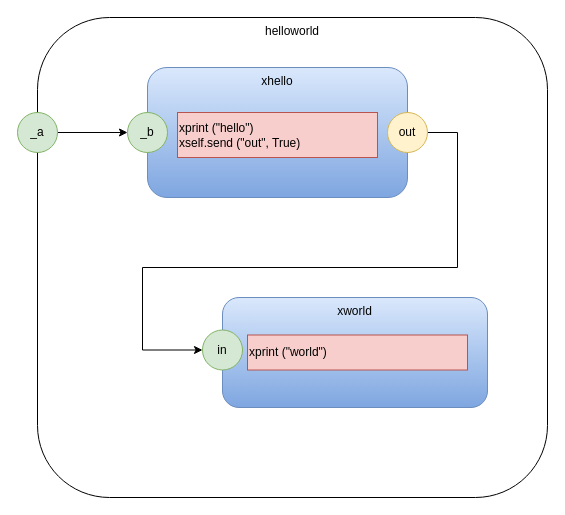
Above: shu-das2py/helloworld.drawio in guitarvydas/app (draw.io), before the change. Source tidied: cells renumbered, new cells numbered last; positions are measured from the earlier drawing's top-left corner, leaving out a move shared by most shapes. Both pictures are drawn from the tidied source at 100%, with x=0, y=0 at pixel (17, 17).
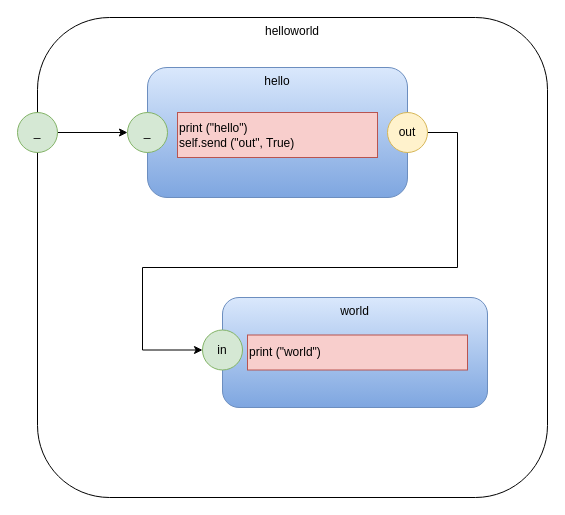
The same diagram, later.

Diff of the diagram source:
```diff
@@
 <mxGraphModel>
   <root>
     <mxCell id="0" />
     <mxCell id="1" parent="0" />
     <mxCell id="2" value="helloworld" style="rounded=1;whiteSpace=wrap;html=1;verticalAlign=top;" parent="1" vertex="1">
       <mxGeometry x="20" width="510" height="480" as="geometry" />
     </mxCell>
-    <mxCell id="3" value="xhello" style="rounded=1;whiteSpace=wrap;html=1;gradientColor=#7ea6e0;fillColor=#dae8fc;strokeColor=#6c8ebf;verticalAlign=top;" parent="1" vertex="1">
+    <mxCell id="3" value="hello" style="rounded=1;whiteSpace=wrap;html=1;gradientColor=#7ea6e0;fillColor=#dae8fc;strokeColor=#6c8ebf;verticalAlign=top;" parent="1" vertex="1">
       <mxGeometry x="130" y="50" width="260" height="130" as="geometry" />
     </mxCell>
-    <mxCell id="4" value="xprint (&quot;hello&quot;)&lt;br&gt;xself.send (&quot;out&quot;, True)&lt;br&gt;&lt;div&gt;&lt;/div&gt;" style="rounded=0;whiteSpace=wrap;html=1;fillColor=#f8cecc;strokeColor=#b85450;align=left;" parent="1" vertex="1">
+    <mxCell id="4" value="print (&quot;hello&quot;)&lt;br&gt;self.send (&quot;out&quot;, True)&lt;br&gt;&lt;div&gt;&lt;/div&gt;" style="rounded=0;whiteSpace=wrap;html=1;fillColor=#f8cecc;strokeColor=#b85450;align=left;" parent="1" vertex="1">
       <mxGeometry x="160" y="95" width="200" height="45" as="geometry" />
     </mxCell>
     <mxCell id="5" style="edgeStyle=orthogonalEdgeStyle;rounded=0;jettySize=auto;html=1;entryX=0;entryY=0.5;entryDx=0;entryDy=0;" parent="1" edge="1" source="6" target="8">
       <mxGeometry relative="1" as="geometry">
         <Array as="points">
           <mxPoint x="440" y="115" />
           <mxPoint x="440" y="250" />
           <mxPoint x="125" y="250" />
           <mxPoint x="125" y="333" />
         </Array>
       </mxGeometry>
     </mxCell>
     <mxCell id="6" value="out" style="ellipse;whiteSpace=wrap;html=1;fillColor=#fff2cc;strokeColor=#d6b656;" parent="1" vertex="1">
       <mxGeometry x="370" y="95" width="40" height="40" as="geometry" />
     </mxCell>
-    <mxCell id="7" value="xworld" style="rounded=1;whiteSpace=wrap;html=1;gradientColor=#7ea6e0;fillColor=#dae8fc;strokeColor=#6c8ebf;verticalAlign=top;" parent="1" vertex="1">
+    <mxCell id="7" value="world" style="rounded=1;whiteSpace=wrap;html=1;gradientColor=#7ea6e0;fillColor=#dae8fc;strokeColor=#6c8ebf;verticalAlign=top;" parent="1" vertex="1">
       <mxGeometry x="205" y="280" width="265" height="110" as="geometry" />
     </mxCell>
     <mxCell id="8" value="in" style="ellipse;whiteSpace=wrap;html=1;fillColor=#d5e8d4;strokeColor=#82b366;" parent="1" vertex="1">
       <mxGeometry x="185" y="312.5" width="40" height="40" as="geometry" />
     </mxCell>
-    <mxCell id="9" value="xprint (&quot;world&quot;)&lt;br&gt;&lt;div&gt;&lt;/div&gt;" style="rounded=0;whiteSpace=wrap;html=1;fillColor=#f8cecc;strokeColor=#b85450;align=left;" parent="1" vertex="1">
+    <mxCell id="9" value="print (&quot;world&quot;)&lt;br&gt;&lt;div&gt;&lt;/div&gt;" style="rounded=0;whiteSpace=wrap;html=1;fillColor=#f8cecc;strokeColor=#b85450;align=left;" parent="1" vertex="1">
       <mxGeometry x="230" y="317.5" width="220" height="35" as="geometry" />
     </mxCell>
     <mxCell id="10" style="edgeStyle=orthogonalEdgeStyle;rounded=0;jettySize=auto;html=1;exitX=1;exitY=0.5;exitDx=0;exitDy=0;entryX=0;entryY=0.5;entryDx=0;entryDy=0;" parent="1" edge="1" source="11" target="12">
       <mxGeometry relative="1" as="geometry" />
     </mxCell>
-    <mxCell id="11" value="_a" style="ellipse;whiteSpace=wrap;html=1;fillColor=#d5e8d4;strokeColor=#82b366;" parent="1" vertex="1">
+    <mxCell id="11" value="_" style="ellipse;whiteSpace=wrap;html=1;fillColor=#d5e8d4;strokeColor=#82b366;" parent="1" vertex="1">
       <mxGeometry y="95" width="40" height="40" as="geometry" />
     </mxCell>
-    <mxCell id="12" value="_b" style="ellipse;whiteSpace=wrap;html=1;fillColor=#d5e8d4;strokeColor=#82b366;" parent="1" vertex="1">
+    <mxCell id="12" value="_" style="ellipse;whiteSpace=wrap;html=1;fillColor=#d5e8d4;strokeColor=#82b366;" parent="1" vertex="1">
       <mxGeometry x="110" y="95" width="40" height="40" as="geometry" />
     </mxCell>
   </root>
 </mxGraphModel>
```
